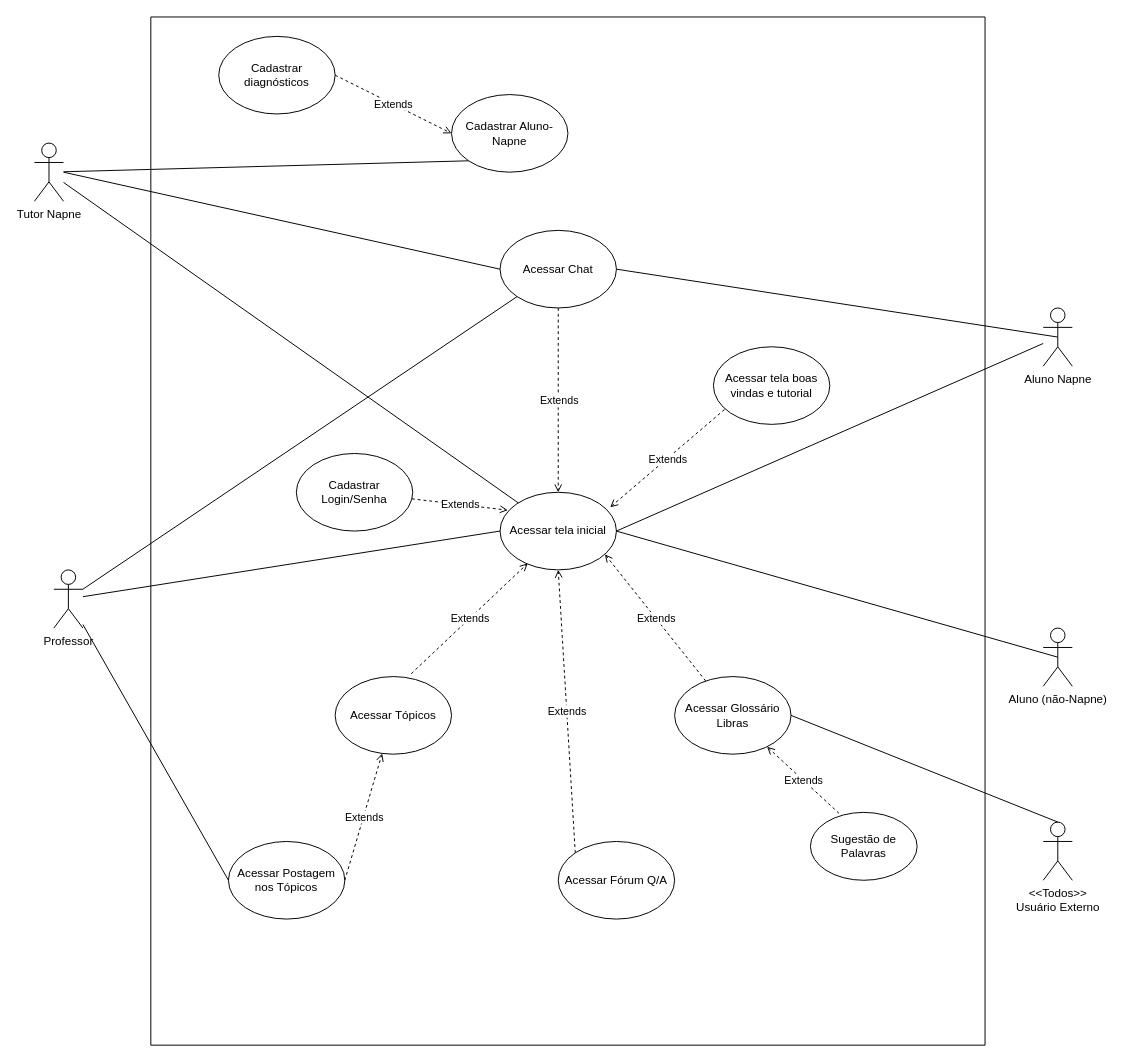
Above: Casos_Uso.drawio in arianamesquita/IFCoders (draw.io), before the change. Source tidied: cells renumbered, new cells numbered last; positions are measured from the earlier drawing's top-left corner, leaving out a move shared by most shapes. Both pictures are drawn from the tidied source at 97%, with x=0, y=0 at pixel (34, 16).
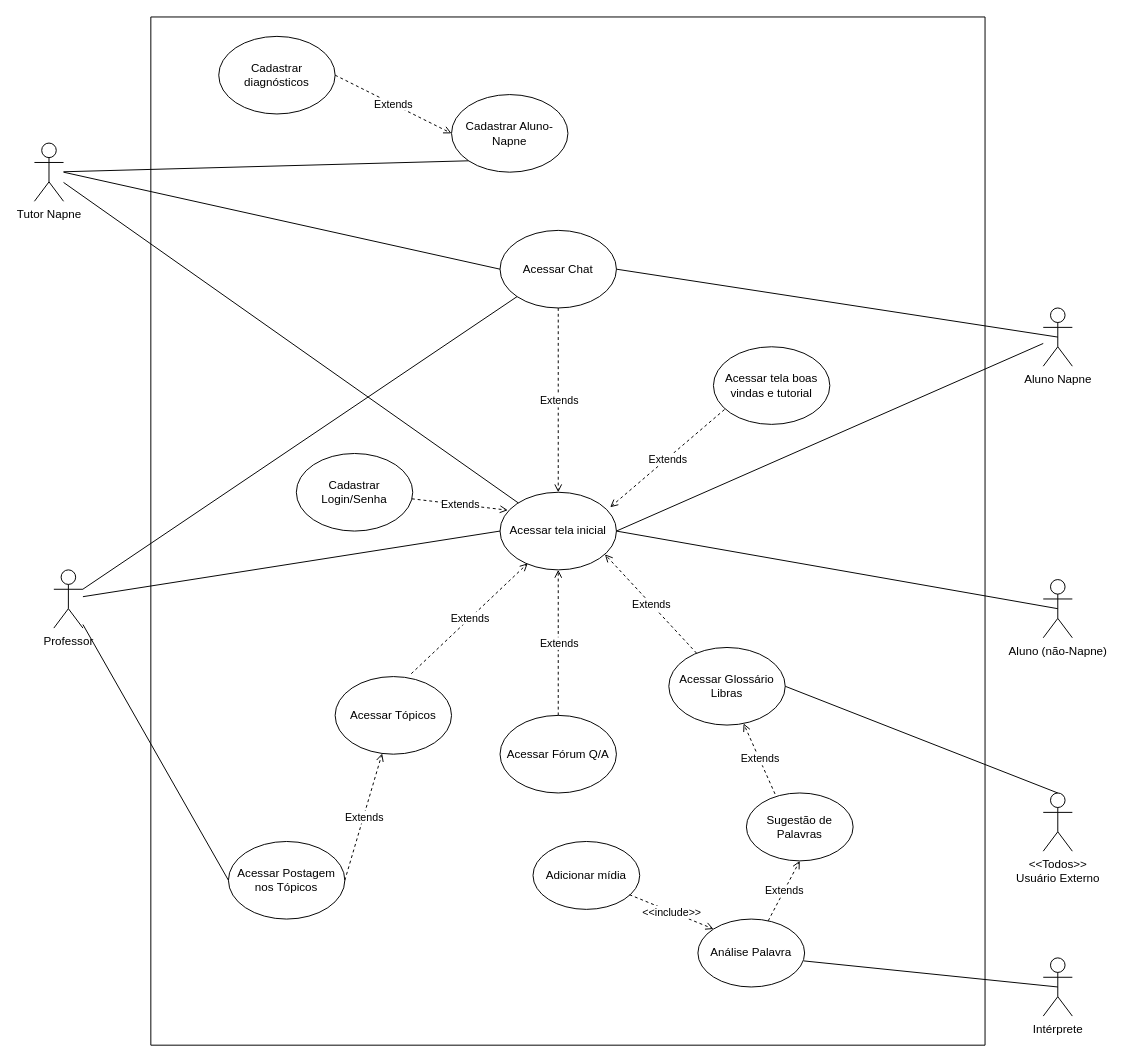
The same diagram, later.

The change refers to these unchanged cells:
```xml
<mxCell id="6" style="swimlane;startSize=0;" parent="1" vertex="1">
  <mxGeometry x="120" width="860" height="1060" as="geometry" />
</mxCell>
<mxCell id="17" value="Acessar tela inicial" style="ellipse;whiteSpace=wrap;html=1;" parent="6" vertex="1">
  <mxGeometry x="360" y="490" width="120" height="80" as="geometry" />
</mxCell>
```

What changed in the source:
```diff
@@
     <mxCell id="5" value="Aluno (não-Napne)" style="shape=umlActor;verticalLabelPosition=bottom;verticalAlign=top;html=1;outlineConnect=0;" parent="1" vertex="1">
-      <mxGeometry x="1040" y="630" width="30" height="60" as="geometry" />
+      <mxGeometry x="1040" y="580" width="30" height="60" as="geometry" />
     </mxCell>
@@
     <mxCell id="11" value="Acessar Fórum Q/A" style="ellipse;whiteSpace=wrap;html=1;" parent="6" vertex="1">
-      <mxGeometry x="420" y="850" width="120" height="80" as="geometry" />
+      <mxGeometry x="360" y="720" width="120" height="80" as="geometry" />
     </mxCell>
@@
     <mxCell id="23" value="Acessar Glossário Libras" style="ellipse;whiteSpace=wrap;html=1;" parent="6" vertex="1">
-      <mxGeometry x="540" y="680" width="120" height="80" as="geometry" />
+      <mxGeometry x="534" y="650" width="120" height="80" as="geometry" />
     </mxCell>
@@
-    <mxCell id="27" style="endArrow=open;html=1;rounded=0;dashed=1;endFill=0;entryX=0.5;entryY=1;entryDx=0;entryDy=0;exitX=0;exitY=0;exitDx=0;exitDy=0;" parent="6" edge="1" source="11" target="17">
+    <mxCell id="27" style="endArrow=open;html=1;rounded=0;dashed=1;endFill=0;entryX=0.5;entryY=1;entryDx=0;entryDy=0;" parent="6" edge="1" source="11" target="17">
       <mxGeometry relative="1" as="geometry" />
     </mxCell>
@@
     <mxCell id="33" value="Sugestão de Palavras" style="ellipse;whiteSpace=wrap;html=1;" parent="6" vertex="1">
-      <mxGeometry x="680" y="820" width="110" height="70" as="geometry" />
+      <mxGeometry x="614" y="800" width="110" height="70" as="geometry" />
     </mxCell>
@@
+    <mxCell id="47" value="Análise Palavra" style="ellipse;whiteSpace=wrap;html=1;" parent="6" vertex="1">
+      <mxGeometry x="564" y="930" width="110" height="70" as="geometry" />
+    </mxCell>
+    <mxCell id="48" style="endArrow=open;html=1;rounded=0;dashed=1;endFill=0;entryX=0.5;entryY=1;entryDx=0;entryDy=0;" parent="6" edge="1" source="47" target="33">
+      <mxGeometry relative="1" as="geometry" />
+    </mxCell>
+    <mxCell id="49" value="Extends" style="edgeLabel;html=1;align=center;verticalAlign=middle;" parent="48" vertex="1">
+      <mxGeometry relative="1" as="geometry" />
+    </mxCell>
+    <mxCell id="50" value="Adicionar mídia" style="ellipse;whiteSpace=wrap;html=1;" parent="6" vertex="1">
+      <mxGeometry x="394" y="850" width="110" height="70" as="geometry" />
+    </mxCell>
+    <mxCell id="51" style="endArrow=open;html=1;rounded=0;dashed=1;endFill=0;entryX=0;entryY=0;entryDx=0;entryDy=0;exitX=0.904;exitY=0.784;exitDx=0;exitDy=0;exitPerimeter=0;" parent="6" edge="1" source="50" target="47">
+      <mxGeometry relative="1" as="geometry" />
+    </mxCell>
+    <mxCell id="52" value="&amp;lt;&amp;lt;include&amp;gt;&amp;gt;" style="edgeLabel;html=1;align=center;verticalAlign=middle;" parent="51" vertex="1">
+      <mxGeometry relative="1" as="geometry" />
+    </mxCell>
@@
     <mxCell id="45" value="&amp;lt;&amp;lt;Todos&amp;gt;&amp;gt;&lt;div&gt;Usuário Externo&lt;/div&gt;" style="shape=umlActor;verticalLabelPosition=bottom;verticalAlign=top;html=1;outlineConnect=0;" parent="1" vertex="1">
-      <mxGeometry x="1040" y="830" width="30" height="60" as="geometry" />
+      <mxGeometry x="1040" y="800" width="30" height="60" as="geometry" />
     </mxCell>
@@
+    <mxCell id="53" value="Intérprete" style="shape=umlActor;verticalLabelPosition=bottom;verticalAlign=top;html=1;outlineConnect=0;" parent="1" vertex="1">
+      <mxGeometry x="1040" y="970" width="30" height="60" as="geometry" />
+    </mxCell>
+    <mxCell id="54" style="endArrow=none;html=1;rounded=0;exitX=0.5;exitY=0.5;exitDx=0;exitDy=0;exitPerimeter=0;entryX=0.991;entryY=0.616;entryDx=0;entryDy=0;entryPerimeter=0;" parent="1" edge="1" source="53" target="47">
+      <mxGeometry relative="1" as="geometry" />
+    </mxCell>
```
